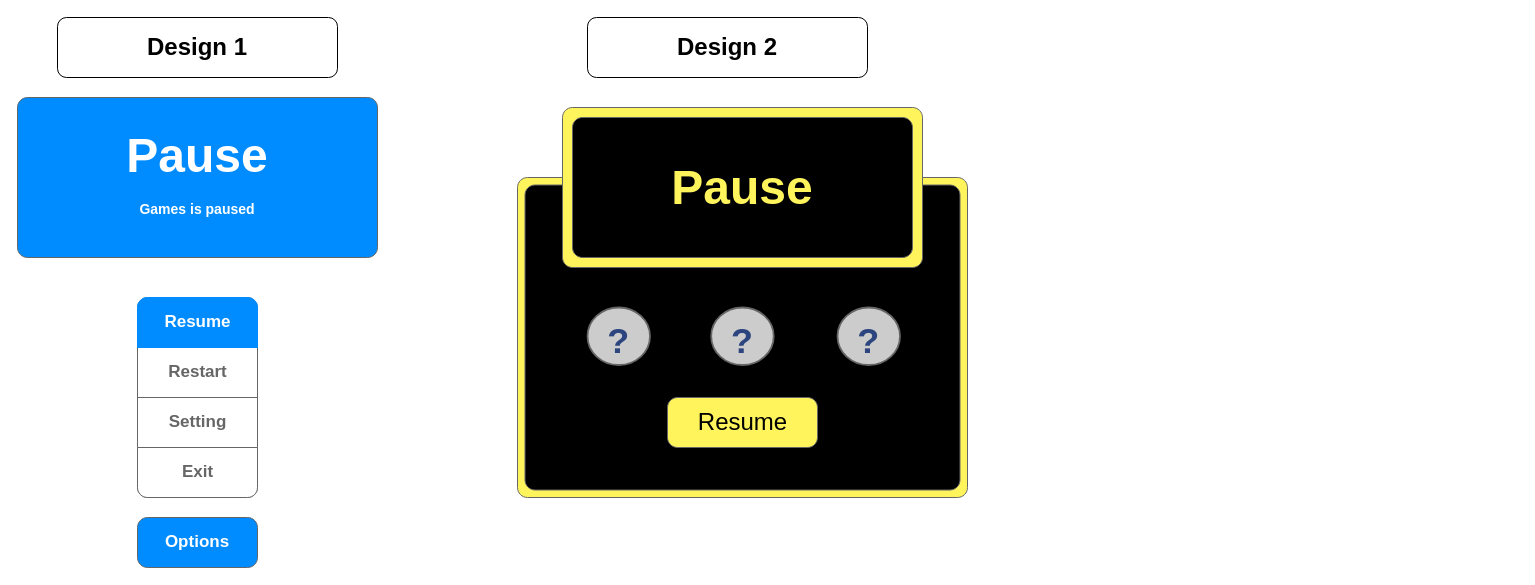
The draw.io diagram .github/Pause menu design.drawio in ASDAH-Digtal/gaming-assignment-2-TevitaManu, before the edit. Source tidied: cells renumbered, new cells numbered last; positions are measured from the earlier drawing's top-left corner, leaving out a move shared by most shapes. Both pictures are drawn from the tidied source at 100%, with x=0, y=0 at pixel (17, 17).
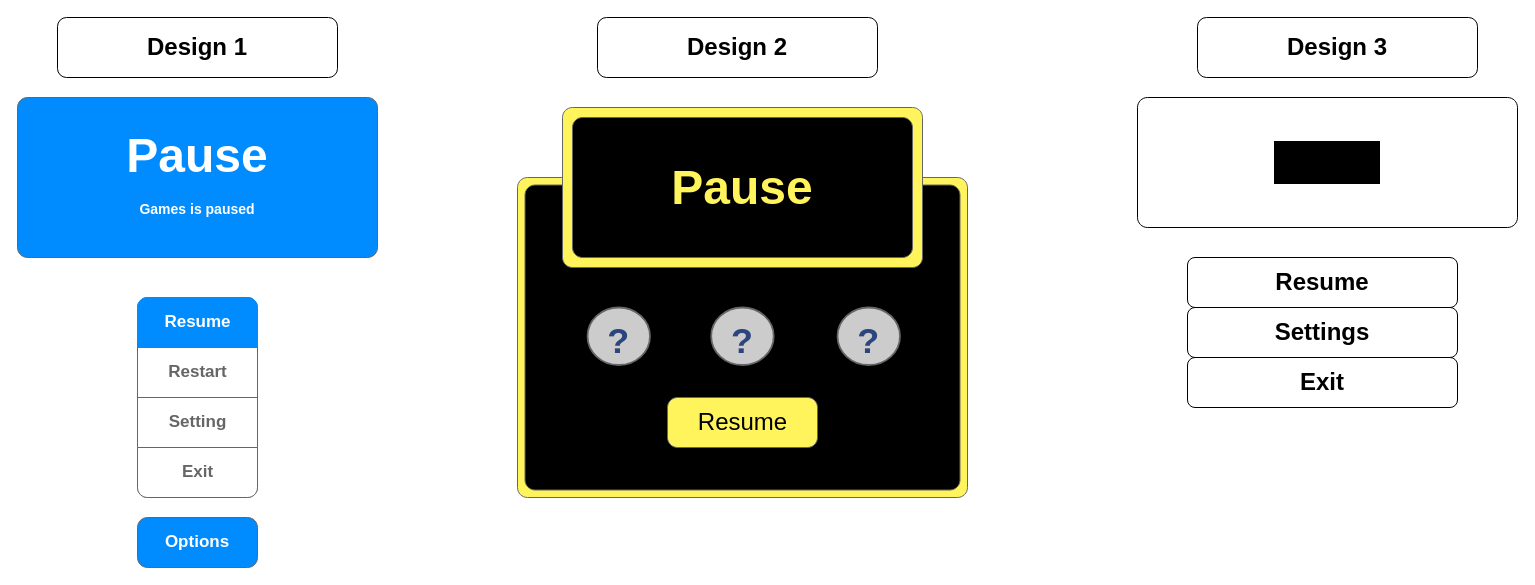
Above is the later version.

Commit message:
I made a third pause menu

What changed in the source:
```diff
@@
     <mxCell id="12" value="&lt;b style=&quot;font-size: 12px;&quot;&gt;&lt;font style=&quot;font-size: 24px;&quot;&gt;Design 2&lt;/font&gt;&lt;/b&gt;" style="rounded=1;whiteSpace=wrap;html=1;fontSize=24;" parent="1" vertex="1">
-      <mxGeometry x="570" width="280" height="60" as="geometry" />
+      <mxGeometry x="580" width="280" height="60" as="geometry" />
     </mxCell>
@@
+    <mxCell id="26" value="&lt;b style=&quot;font-size: 12px;&quot;&gt;&lt;font style=&quot;font-size: 24px;&quot;&gt;Design 3&lt;/font&gt;&lt;/b&gt;" style="rounded=1;whiteSpace=wrap;html=1;fontSize=24;" parent="1" vertex="1">
+      <mxGeometry x="1180" width="280" height="60" as="geometry" />
+    </mxCell>
+    <mxCell id="27" value="&lt;font style=&quot;font-size: 36px;&quot;&gt;Pause&lt;/font&gt;" style="strokeWidth=1;shadow=0;dashed=0;align=center;html=1;shape=mxgraph.mockup.buttons.button;mainText=;buttonStyle=round;fontSize=17;fontStyle=1;whiteSpace=wrap;labelBackgroundColor=#000000;" parent="1" vertex="1">
+      <mxGeometry x="1120" y="80" width="380" height="130" as="geometry" />
+    </mxCell>
+    <mxCell id="28" value="&lt;b style=&quot;font-size: 12px;&quot;&gt;&lt;font style=&quot;font-size: 24px;&quot;&gt;Resume&lt;/font&gt;&lt;/b&gt;" style="rounded=1;whiteSpace=wrap;html=1;fontSize=24;" parent="1" vertex="1">
+      <mxGeometry x="1170" y="240" width="270" height="50" as="geometry" />
+    </mxCell>
+    <mxCell id="29" value="&lt;b&gt;Settings&lt;/b&gt;" style="rounded=1;whiteSpace=wrap;html=1;fontSize=24;" parent="1" vertex="1">
+      <mxGeometry x="1170" y="290" width="270" height="50" as="geometry" />
+    </mxCell>
+    <mxCell id="30" value="&lt;b&gt;Exit&lt;/b&gt;" style="rounded=1;whiteSpace=wrap;html=1;fontSize=24;" parent="1" vertex="1">
+      <mxGeometry x="1170" y="340" width="270" height="50" as="geometry" />
+    </mxCell>
```
